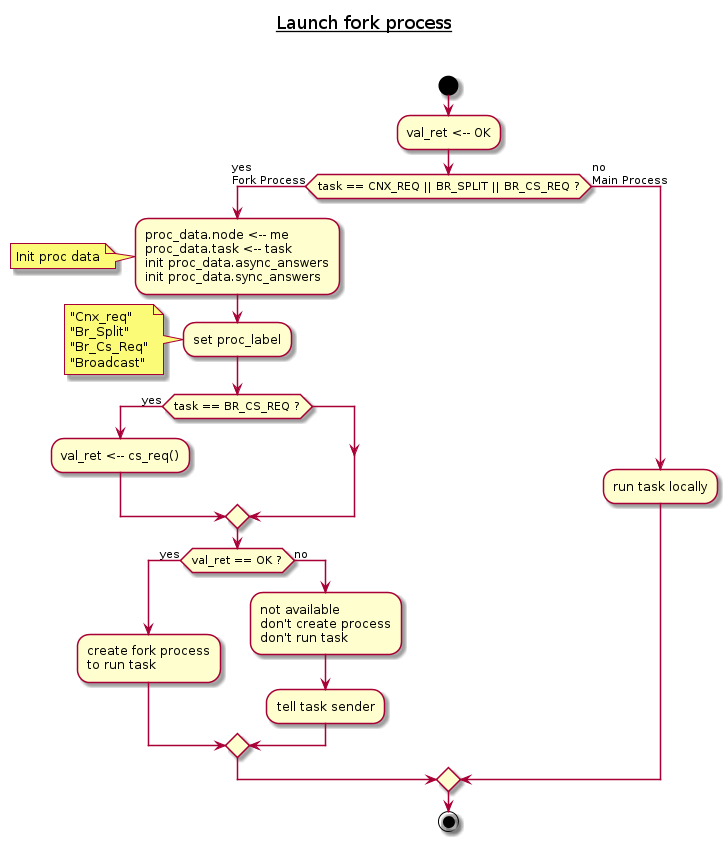
The PlantUML diagram doc/UML/Algo_launch_fork_process.png in tof25/DST, before a commit. The source it was exported from:
```plantuml
@startuml
title <u>Launch fork process</u>\n\n

start

:val_ret <-- OK;
if (task == CNX_REQ || BR_SPLIT || BR_CS_REQ ?) then (yes\nFork Process)
    :proc_data.node <-- me\nproc_data.task <-- task\ninit proc_data.async_answers\ninit proc_data.sync_answers;

    note left
        Init proc data
    end note
    :set proc_label;
    note left
      "Cnx_req"
      "Br_Split"
      "Br_Cs_Req"
      "Broadcast"
    end note

    if (task == BR_CS_REQ ?) then (yes)
        :val_ret <-- cs_req();
    endif

    if (val_ret == OK ?) then (yes)
        :create fork process\nto run task;
    else (no)
        :not available\ndon't create process\ndon't run task;
        :tell task sender;
    endif
else (no\nMain Process)
    :run task locally;
endif

stop

@enduml
```
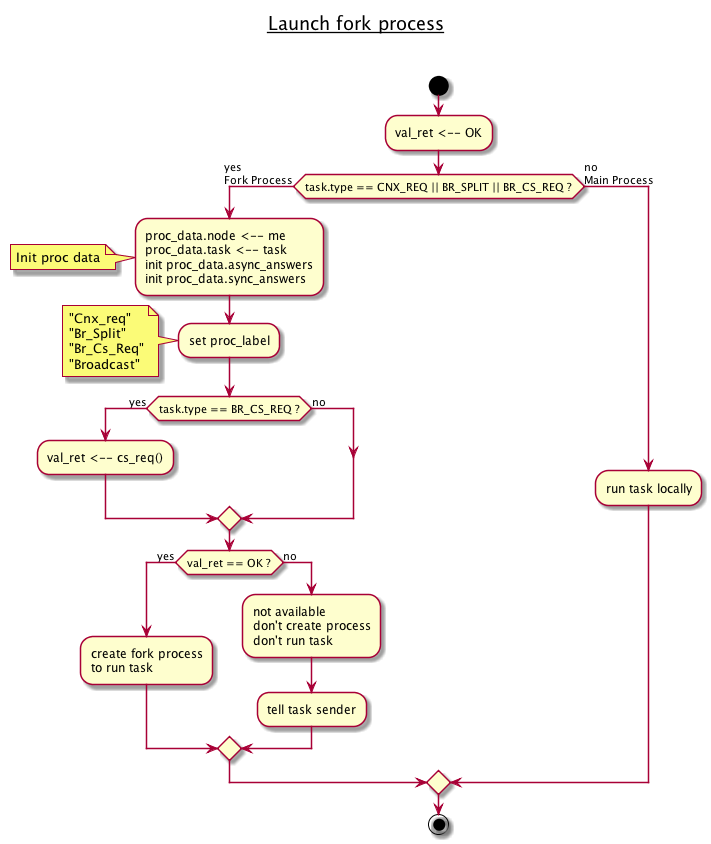
The same file after the commit.

Diff of the diagram source:
```diff
@@ -4,7 +4,7 @@
 start
 
 :val_ret <-- OK;
-if (task == CNX_REQ || BR_SPLIT || BR_CS_REQ ?) then (yes\nFork Process)
+if (task.type == CNX_REQ || BR_SPLIT || BR_CS_REQ ?) then (yes\nFork Process)
     :proc_data.node <-- me\nproc_data.task <-- task\ninit proc_data.async_answers\ninit proc_data.sync_answers;
 
     note left
@@ -18,8 +18,9 @@
       "Broadcast"
     end note
 
-    if (task == BR_CS_REQ ?) then (yes)
+    if (task.type == BR_CS_REQ ?) then (yes)
         :val_ret <-- cs_req();
+    else (no)
     endif
 
     if (val_ret == OK ?) then (yes)
```
